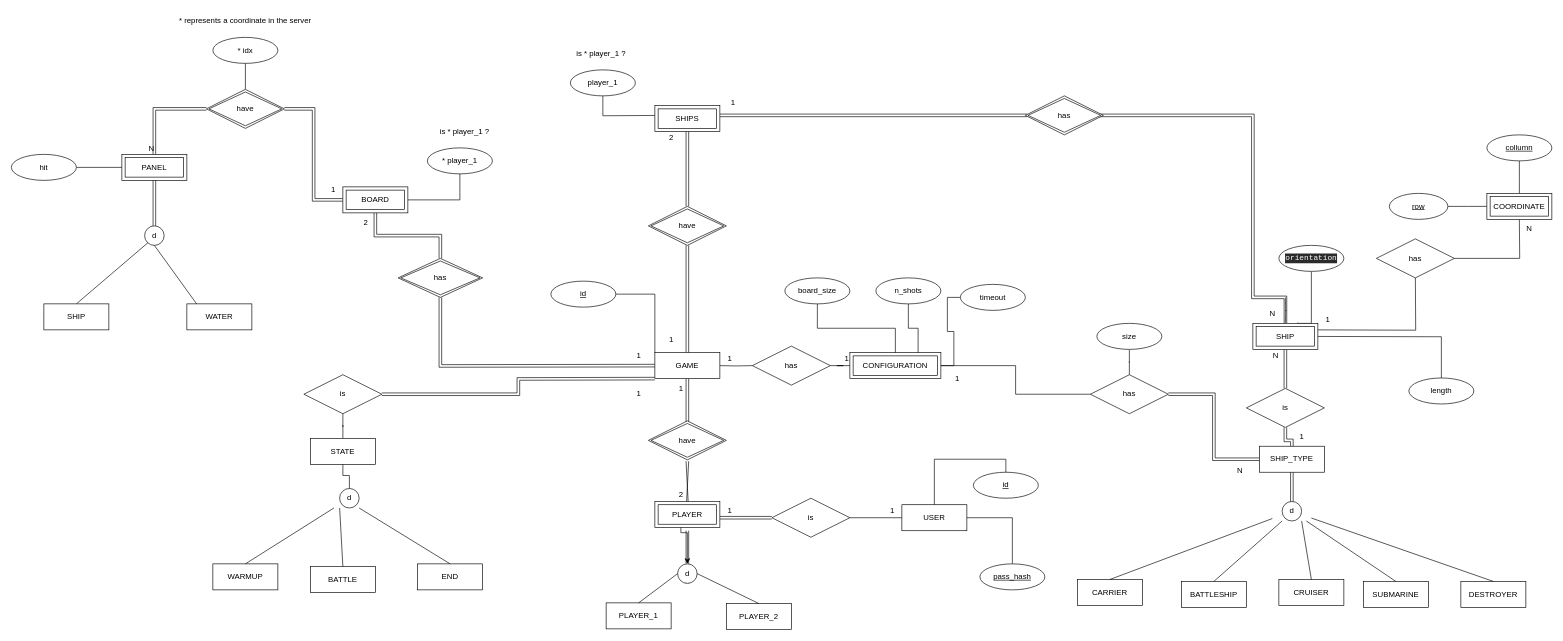
Earlier version of the draw.io diagram code/daw-battleship-game/src/main/sql/diagram.drawio (MiguelRocha2001/ISEL-DAW-Battleships-Game). Source tidied: cells renumbered, new cells numbered last; positions are measured from the earlier drawing's top-left corner, leaving out a move shared by most shapes. Both pictures are drawn from the tidied source at 65%, with x=0, y=0 at pixel (11, 11).
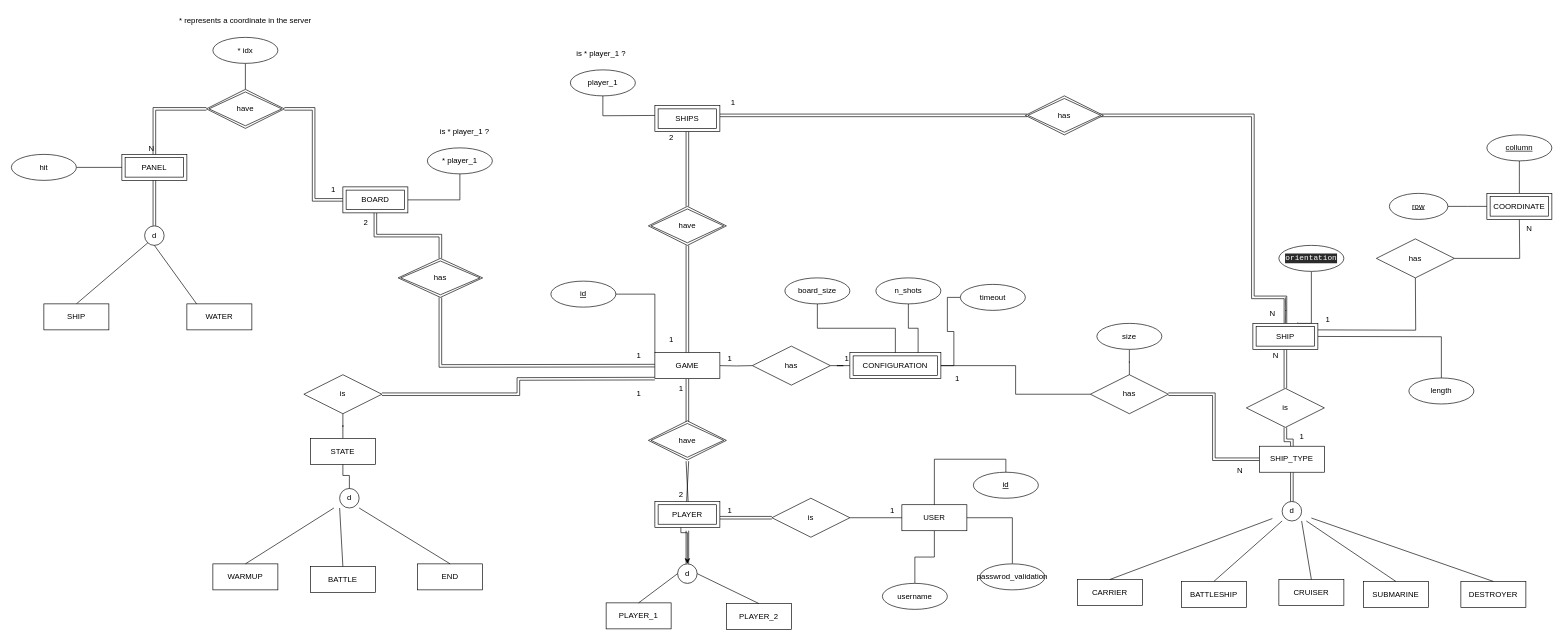
The same diagram, later.

Unchanged cells that the change refers to:
```xml
<mxCell id="17" value="USER" style="whiteSpace=wrap;html=1;align=center;" parent="1" vertex="1">
  <mxGeometry x="1370" y="759" width="100" height="40" as="geometry" />
</mxCell>
```

What changed in the source:
```diff
@@
+    <mxCell id="140" style="edgeStyle=orthogonalEdgeStyle;rounded=0;jettySize=auto;html=1;endArrow=none;endFill=0;" parent="1" edge="1" source="17" target="141">
+      <mxGeometry relative="1" as="geometry" />
+    </mxCell>
@@
-    <mxCell id="55" value="pass_hash" style="ellipse;whiteSpace=wrap;html=1;align=center;fontStyle=4;" parent="1" vertex="1">
+    <mxCell id="55" value="passwrod_validation" style="ellipse;whiteSpace=wrap;html=1;align=center;fontStyle=0;" parent="1" vertex="1">
       <mxGeometry x="1490" y="850" width="100" height="40" as="geometry" />
     </mxCell>
@@
+    <mxCell id="141" value="username" style="ellipse;whiteSpace=wrap;html=1;align=center;fontStyle=0;" parent="1" vertex="1">
+      <mxGeometry x="1340" y="880" width="100" height="40" as="geometry" />
+    </mxCell>
```
